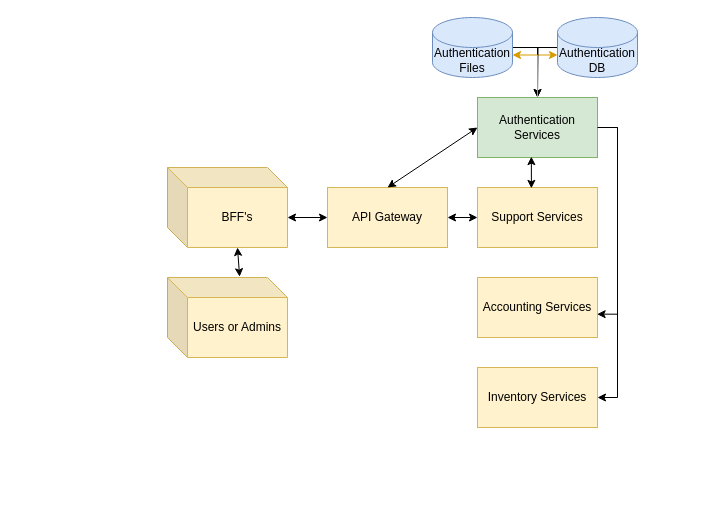
The draw.io diagram Project/diagram/Authentication-microservice/Authentication-C&C View-Diragram.drawio in nima7997/application-architecture, before the edit. Source tidied: cells renumbered, new cells numbered last; positions are measured from the earlier drawing's top-left corner, leaving out a move shared by most shapes. Both pictures are drawn from the tidied source at 100%, with x=0, y=0 at pixel (167, 17).
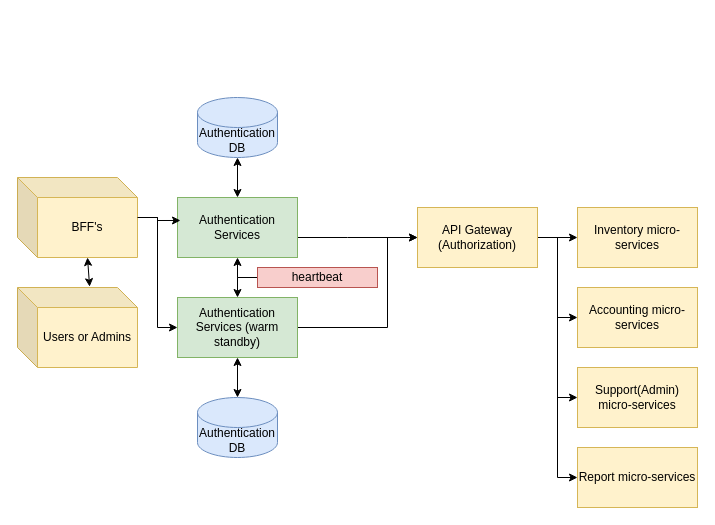
After the change.

Commit message (it also covers changes not shown here):
Finish Authentication micro-service

The edit, as a diff of the source:
```diff
@@
+    <mxCell id="22" style="edgeStyle=orthogonalEdgeStyle;rounded=0;jettySize=auto;html=1;" parent="1" edge="1" source="2" target="32">
+      <mxGeometry relative="1" as="geometry" />
+    </mxCell>
+    <mxCell id="23" style="edgeStyle=orthogonalEdgeStyle;rounded=0;jettySize=auto;html=1;entryX=0;entryY=0.5;entryDx=0;entryDy=0;" parent="1" edge="1" source="2" target="33">
+      <mxGeometry relative="1" as="geometry" />
+    </mxCell>
+    <mxCell id="24" style="edgeStyle=orthogonalEdgeStyle;rounded=0;jettySize=auto;html=1;entryX=0;entryY=0.5;entryDx=0;entryDy=0;" parent="1" edge="1" source="2" target="34">
+      <mxGeometry relative="1" as="geometry" />
+    </mxCell>
+    <mxCell id="25" style="edgeStyle=orthogonalEdgeStyle;rounded=0;jettySize=auto;html=1;entryX=0;entryY=0.5;entryDx=0;entryDy=0;" parent="1" edge="1" source="2" target="35">
+      <mxGeometry relative="1" as="geometry" />
+    </mxCell>
-    <mxCell id="2" value="API Gateway" style="rounded=0;whiteSpace=wrap;html=1;fillColor=#fff2cc;strokeColor=#d6b656;" parent="1" vertex="1">
-      <mxGeometry x="160" y="170" width="120" height="60" as="geometry" />
+    <mxCell id="2" value="API Gateway (Authorization)" style="rounded=0;whiteSpace=wrap;html=1;fillColor=#fff2cc;strokeColor=#d6b656;" parent="1" vertex="1">
+      <mxGeometry x="250" y="190" width="120" height="60" as="geometry" />
     </mxCell>
-    <mxCell id="3" style="edgeStyle=orthogonalEdgeStyle;rounded=0;jettySize=auto;html=1;entryX=1;entryY=0.5;entryDx=0;entryDy=0;" parent="1" edge="1" source="4" target="7">
-      <mxGeometry relative="1" as="geometry">
-        <Array as="points">
-          <mxPoint x="450" y="110" />
-          <mxPoint x="450" y="380" />
-        </Array>
-      </mxGeometry>
-    </mxCell>
+    <mxCell id="26" style="edgeStyle=orthogonalEdgeStyle;rounded=0;jettySize=auto;html=1;entryX=0;entryY=0.5;entryDx=0;entryDy=0;" parent="1" edge="1" source="4" target="2">
+      <mxGeometry relative="1" as="geometry">
+        <Array as="points">
+          <mxPoint x="180" y="220" />
+          <mxPoint x="180" y="220" />
+        </Array>
+      </mxGeometry>
+    </mxCell>
+    <mxCell id="10" style="edgeStyle=orthogonalEdgeStyle;rounded=0;jettySize=auto;html=1;entryX=0.5;entryY=1;entryDx=0;entryDy=0;entryPerimeter=0;startArrow=classic;startFill=1;" parent="1" edge="1" source="4" target="9">
+      <mxGeometry relative="1" as="geometry" />
+    </mxCell>
     <mxCell id="4" value="Authentication Services" style="rounded=0;whiteSpace=wrap;html=1;fillColor=#d5e8d4;strokeColor=#82b366;" parent="1" vertex="1">
-      <mxGeometry x="310" y="80" width="120" height="60" as="geometry" />
+      <mxGeometry x="10" y="180" width="120" height="60" as="geometry" />
     </mxCell>
-    <mxCell id="5" value="Support Services" style="rounded=0;whiteSpace=wrap;html=1;fillColor=#fff2cc;strokeColor=#d6b656;" parent="1" vertex="1">
-      <mxGeometry x="310" y="170" width="120" height="60" as="geometry" />
-    </mxCell>
-    <mxCell id="6" value="Accounting Services" style="rounded=0;whiteSpace=wrap;html=1;fillColor=#fff2cc;strokeColor=#d6b656;" parent="1" vertex="1">
-      <mxGeometry x="310" y="260" width="120" height="60" as="geometry" />
-    </mxCell>
-    <mxCell id="7" value="Inventory Services" style="rounded=0;whiteSpace=wrap;html=1;fillColor=#fff2cc;strokeColor=#d6b656;" parent="1" vertex="1">
-      <mxGeometry x="310" y="350" width="120" height="60" as="geometry" />
-    </mxCell>
-    <mxCell id="8" style="edgeStyle=orthogonalEdgeStyle;rounded=0;jettySize=auto;html=1;" parent="1" edge="1" source="9">
-      <mxGeometry relative="1" as="geometry">
-        <mxPoint x="370" y="80" as="targetPoint" />
-      </mxGeometry>
-    </mxCell>
     <mxCell id="9" value="Authentication DB" style="shape=cylinder3;whiteSpace=wrap;html=1;boundedLbl=1;backgroundOutline=1;size=15;fillColor=#dae8fc;strokeColor=#6c8ebf;" parent="1" vertex="1">
-      <mxGeometry x="390" width="80" height="60" as="geometry" />
+      <mxGeometry x="30" y="80" width="80" height="60" as="geometry" />
     </mxCell>
-    <mxCell id="10" style="edgeStyle=orthogonalEdgeStyle;rounded=0;jettySize=auto;html=1;entryX=0;entryY=0;entryDx=0;entryDy=37.5;entryPerimeter=0;fillColor=#ffe6cc;strokeColor=#d79b00;" parent="1" edge="1" source="4" target="9">
-      <mxGeometry relative="1" as="geometry" />
-    </mxCell>
-    <mxCell id="11" style="endArrow=classic;startArrow=classic;html=1;rounded=0;exitX=0;exitY=0;exitDx=120;exitDy=50;exitPerimeter=0;entryX=0;entryY=0.5;entryDx=0;entryDy=0;" parent="1" edge="1" source="15" target="2">
-      <mxGeometry relative="1" as="geometry" />
-    </mxCell>
-    <mxCell id="12" style="endArrow=classic;startArrow=classic;html=1;rounded=0;entryX=0;entryY=0.5;entryDx=0;entryDy=0;exitX=0.5;exitY=0;exitDx=0;exitDy=0;" parent="1" edge="1" source="2" target="4">
-      <mxGeometry relative="1" as="geometry" />
-    </mxCell>
-    <mxCell id="13" style="endArrow=classic;startArrow=classic;html=1;rounded=0;entryX=0;entryY=0.5;entryDx=0;entryDy=0;exitX=1;exitY=0.5;exitDx=0;exitDy=0;" parent="1" edge="1" source="2" target="5">
-      <mxGeometry relative="1" as="geometry" />
-    </mxCell>
-    <mxCell id="14" style="endArrow=classic;startArrow=classic;html=1;rounded=0;entryX=0.449;entryY=0.014;entryDx=0;entryDy=0;exitX=0.449;exitY=0.986;exitDx=0;exitDy=0;exitPerimeter=0;entryPerimeter=0;" parent="1" edge="1" source="4" target="5">
-      <mxGeometry relative="1" as="geometry" />
-    </mxCell>
+    <mxCell id="27" style="edgeStyle=orthogonalEdgeStyle;rounded=0;jettySize=auto;html=1;entryX=0;entryY=0.5;entryDx=0;entryDy=0;" parent="1" edge="1" source="15" target="29">
+      <mxGeometry relative="1" as="geometry" />
+    </mxCell>
     <mxCell id="15" value="BFF's" style="shape=cube;whiteSpace=wrap;html=1;boundedLbl=1;backgroundOutline=1;darkOpacity=0.05;darkOpacity2=0.1;fillColor=#fff2cc;strokeColor=#d6b656;" parent="1" vertex="1">
-      <mxGeometry y="150" width="120" height="80" as="geometry" />
+      <mxGeometry x="-150" y="160" width="120" height="80" as="geometry" />
     </mxCell>
@@
     <mxCell id="17" value="Users or Admins" style="shape=cube;whiteSpace=wrap;html=1;boundedLbl=1;backgroundOutline=1;darkOpacity=0.05;darkOpacity2=0.1;fillColor=#fff2cc;strokeColor=#d6b656;" parent="1" vertex="1">
-      <mxGeometry y="260" width="120" height="80" as="geometry" />
+      <mxGeometry x="-150" y="270" width="120" height="80" as="geometry" />
     </mxCell>
-    <mxCell id="18" style="edgeStyle=orthogonalEdgeStyle;rounded=0;jettySize=auto;html=1;entryX=0.997;entryY=0.611;entryDx=0;entryDy=0;entryPerimeter=0;" parent="1" edge="1" source="4" target="6">
-      <mxGeometry relative="1" as="geometry">
-        <Array as="points">
-          <mxPoint x="450" y="110" />
-          <mxPoint x="450" y="297" />
-        </Array>
-      </mxGeometry>
-    </mxCell>
-    <mxCell id="19" style="edgeStyle=orthogonalEdgeStyle;rounded=0;jettySize=auto;html=1;" parent="1" edge="1" source="20">
-      <mxGeometry relative="1" as="geometry">
-        <mxPoint x="370" y="80" as="targetPoint" />
-      </mxGeometry>
-    </mxCell>
-    <mxCell id="20" value="Authentication Files" style="shape=cylinder3;whiteSpace=wrap;html=1;boundedLbl=1;backgroundOutline=1;size=15;fillColor=#dae8fc;strokeColor=#6c8ebf;" parent="1" vertex="1">
-      <mxGeometry x="265" width="80" height="60" as="geometry" />
-    </mxCell>
-    <mxCell id="21" style="edgeStyle=orthogonalEdgeStyle;rounded=0;jettySize=auto;html=1;entryX=1;entryY=0;entryDx=0;entryDy=37.5;entryPerimeter=0;fillColor=#ffe6cc;strokeColor=#d79b00;" parent="1" edge="1" target="20">
-      <mxGeometry relative="1" as="geometry">
-        <mxPoint x="370" y="80" as="sourcePoint" />
-        <Array as="points">
-          <mxPoint x="370" y="38" />
-        </Array>
-      </mxGeometry>
-    </mxCell>
+    <mxCell id="28" style="edgeStyle=orthogonalEdgeStyle;rounded=0;jettySize=auto;html=1;entryX=0;entryY=0.5;entryDx=0;entryDy=0;" parent="1" edge="1" source="29" target="2">
+      <mxGeometry relative="1" as="geometry">
+        <Array as="points">
+          <mxPoint x="220" y="310" />
+          <mxPoint x="220" y="220" />
+        </Array>
+      </mxGeometry>
+    </mxCell>
+    <mxCell id="29" value="Authentication Services (warm standby)" style="rounded=0;whiteSpace=wrap;html=1;fillColor=#d5e8d4;strokeColor=#82b366;" parent="1" vertex="1">
+      <mxGeometry x="10" y="280" width="120" height="60" as="geometry" />
+    </mxCell>
+    <mxCell id="30" style="edgeStyle=orthogonalEdgeStyle;rounded=0;jettySize=auto;html=1;startArrow=classic;startFill=1;entryX=0.5;entryY=1;entryDx=0;entryDy=0;" parent="1" edge="1" source="31" target="29">
+      <mxGeometry relative="1" as="geometry" />
+    </mxCell>
+    <mxCell id="31" value="Authentication DB" style="shape=cylinder3;whiteSpace=wrap;html=1;boundedLbl=1;backgroundOutline=1;size=15;fillColor=#dae8fc;strokeColor=#6c8ebf;" parent="1" vertex="1">
+      <mxGeometry x="30" y="380" width="80" height="60" as="geometry" />
+    </mxCell>
+    <mxCell id="32" value="Inventory micro-services" style="rounded=0;whiteSpace=wrap;html=1;fillColor=#fff2cc;strokeColor=#d6b656;" parent="1" vertex="1">
+      <mxGeometry x="410" y="190" width="120" height="60" as="geometry" />
+    </mxCell>
+    <mxCell id="33" value="Accounting micro-services" style="rounded=0;whiteSpace=wrap;html=1;fillColor=#fff2cc;strokeColor=#d6b656;" parent="1" vertex="1">
+      <mxGeometry x="410" y="270" width="120" height="60" as="geometry" />
+    </mxCell>
+    <mxCell id="34" value="Support(Admin) micro-services" style="rounded=0;whiteSpace=wrap;html=1;fillColor=#fff2cc;strokeColor=#d6b656;" parent="1" vertex="1">
+      <mxGeometry x="410" y="350" width="120" height="60" as="geometry" />
+    </mxCell>
+    <mxCell id="35" value="Report micro-services" style="rounded=0;whiteSpace=wrap;html=1;fillColor=#fff2cc;strokeColor=#d6b656;" parent="1" vertex="1">
+      <mxGeometry x="410" y="430" width="120" height="60" as="geometry" />
+    </mxCell>
+    <mxCell id="36" style="edgeStyle=orthogonalEdgeStyle;rounded=0;jettySize=auto;html=1;entryX=0.5;entryY=1;entryDx=0;entryDy=0;" parent="1" edge="1" source="38" target="4">
+      <mxGeometry relative="1" as="geometry">
+        <Array as="points">
+          <mxPoint x="70" y="260" />
+        </Array>
+      </mxGeometry>
+    </mxCell>
+    <mxCell id="37" style="edgeStyle=orthogonalEdgeStyle;rounded=0;jettySize=auto;html=1;entryX=0.5;entryY=0;entryDx=0;entryDy=0;" parent="1" edge="1" source="38" target="29">
+      <mxGeometry relative="1" as="geometry">
+        <Array as="points">
+          <mxPoint x="70" y="260" />
+        </Array>
+      </mxGeometry>
+    </mxCell>
+    <mxCell id="38" value="heartbeat" style="rounded=0;whiteSpace=wrap;html=1;fillColor=#f8cecc;strokeColor=#b85450;" parent="1" vertex="1">
+      <mxGeometry x="90" y="250" width="120" height="20" as="geometry" />
+    </mxCell>
+    <mxCell id="39" style="edgeStyle=orthogonalEdgeStyle;rounded=0;jettySize=auto;html=1;entryX=0.025;entryY=0.383;entryDx=0;entryDy=0;entryPerimeter=0;" parent="1" edge="1" source="15" target="4">
+      <mxGeometry relative="1" as="geometry" />
+    </mxCell>
```
